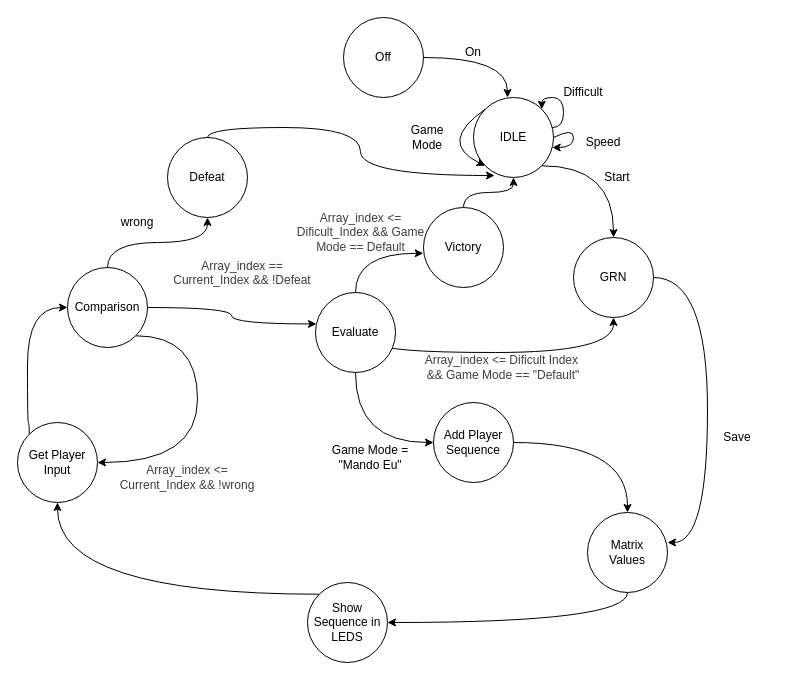
S4nt1ag0/Genius-PBL keeps this draw.io diagram as doc/fluxogram.drawio. Above is the earlier version. Source tidied: cells renumbered, new cells numbered last; positions are measured from the earlier drawing's top-left corner, leaving out a move shared by most shapes. Both pictures are drawn from the tidied source at 100%, with x=0, y=0 at pixel (17, 17).
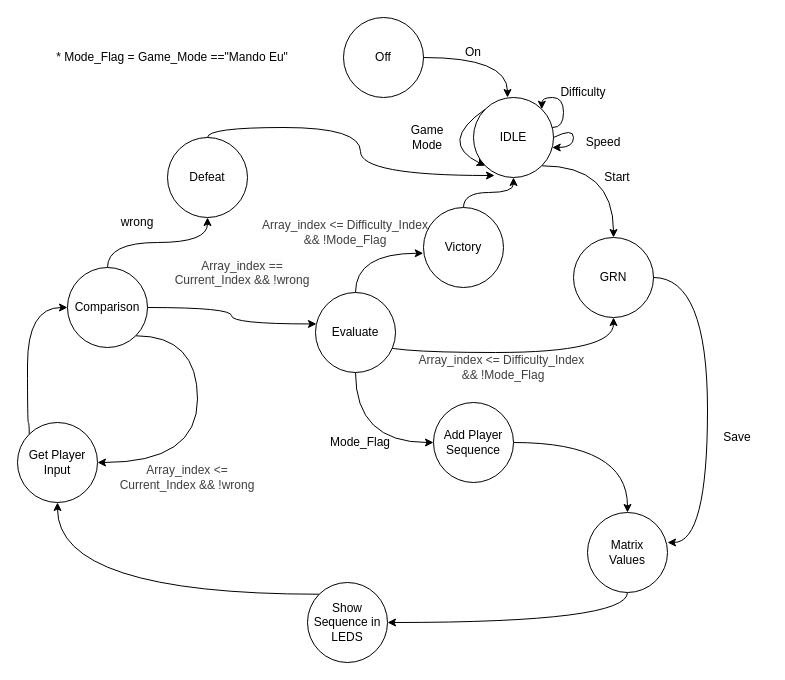
After the change.

Diff of the diagram source:
```diff
@@
-    <mxCell id="8" value="Difficult" style="text;strokeColor=none;align=center;fillColor=none;html=1;verticalAlign=middle;whiteSpace=wrap;rounded=0;" parent="1" vertex="1">
+    <mxCell id="8" value="Difficulty" style="text;strokeColor=none;align=center;fillColor=none;html=1;verticalAlign=middle;whiteSpace=wrap;rounded=0;" parent="1" vertex="1">
       <mxGeometry x="536" y="60" width="60" height="30" as="geometry" />
     </mxCell>
@@
-    <mxCell id="24" value="&lt;span style=&quot;color: rgb(63, 63, 63);&quot;&gt;Array_index &amp;lt;= Dificult Index&amp;nbsp;&lt;/span&gt;&lt;div&gt;&lt;span style=&quot;color: rgb(63, 63, 63);&quot;&gt;&amp;amp;&amp;amp; Game Mode == &quot;Default&quot;&lt;/span&gt;&lt;/div&gt;" style="text;strokeColor=none;align=center;fillColor=none;html=1;verticalAlign=middle;whiteSpace=wrap;rounded=0;" parent="1" vertex="1">
+    <mxCell id="24" value="&lt;span style=&quot;color: rgb(63, 63, 63);&quot;&gt;Array_index &amp;lt;= Difficulty_Index&amp;nbsp;&lt;/span&gt;&lt;div&gt;&lt;span style=&quot;color: rgb(63, 63, 63);&quot;&gt;&amp;amp;&amp;amp; !Mode_Flag&lt;/span&gt;&lt;/div&gt;" style="text;strokeColor=none;align=center;fillColor=none;html=1;verticalAlign=middle;whiteSpace=wrap;rounded=0;" parent="1" vertex="1">
       <mxGeometry x="396" y="335" width="180" height="30" as="geometry" />
     </mxCell>
@@
-    <mxCell id="32" value="Game Mode = &quot;Mando Eu&quot;" style="text;strokeColor=none;align=center;fillColor=none;html=1;verticalAlign=middle;whiteSpace=wrap;rounded=0;" parent="1" vertex="1">
-      <mxGeometry x="310" y="425" width="86" height="30" as="geometry" />
+    <mxCell id="32" value="Mode_Flag" style="text;strokeColor=none;align=center;fillColor=none;html=1;verticalAlign=middle;whiteSpace=wrap;rounded=0;" parent="1" vertex="1">
+      <mxGeometry x="300" y="410" width="86" height="30" as="geometry" />
     </mxCell>
@@
-    <mxCell id="40" value="&lt;span style=&quot;color: rgb(63, 63, 63);&quot;&gt;Array_index &amp;lt;= Dificult_Index &amp;amp;&amp;amp; Game Mode == Default&lt;/span&gt;" style="text;strokeColor=none;align=center;fillColor=none;html=1;verticalAlign=middle;whiteSpace=wrap;rounded=0;" parent="1" vertex="1">
-      <mxGeometry x="271" y="200" width="145" height="30" as="geometry" />
+    <mxCell id="40" value="&lt;span style=&quot;color: rgb(63, 63, 63);&quot;&gt;Array_index &amp;lt;= Difficulty_Index &amp;amp;&amp;amp; !Mode_Flag&lt;/span&gt;" style="text;strokeColor=none;align=center;fillColor=none;html=1;verticalAlign=middle;whiteSpace=wrap;rounded=0;" parent="1" vertex="1">
+      <mxGeometry x="240" y="200" width="176" height="30" as="geometry" />
     </mxCell>
-    <mxCell id="41" value="&lt;span style=&quot;color: rgb(63, 63, 63); font-family: Helvetica; font-size: 12px; font-style: normal; font-variant-ligatures: normal; font-variant-caps: normal; font-weight: 400; letter-spacing: normal; orphans: 2; text-indent: 0px; text-transform: none; widows: 2; word-spacing: 0px; -webkit-text-stroke-width: 0px; white-space: normal; background-color: rgb(251, 251, 251); text-decoration-thickness: initial; text-decoration-style: initial; text-decoration-color: initial; float: none; display: inline !important;&quot;&gt;Array_index == Current_Index &amp;amp;&amp;amp; !Defeat&lt;/span&gt;" style="text;whiteSpace=wrap;html=1;align=center;" parent="1" vertex="1">
+    <mxCell id="41" value="&lt;span style=&quot;color: rgb(63, 63, 63); font-family: Helvetica; font-size: 12px; font-style: normal; font-variant-ligatures: normal; font-variant-caps: normal; font-weight: 400; letter-spacing: normal; orphans: 2; text-indent: 0px; text-transform: none; widows: 2; word-spacing: 0px; -webkit-text-stroke-width: 0px; white-space: normal; background-color: rgb(251, 251, 251); text-decoration-thickness: initial; text-decoration-style: initial; text-decoration-color: initial; float: none; display: inline !important;&quot;&gt;Array_index == Current_Index &amp;amp;&amp;amp; !wrong&lt;/span&gt;" style="text;whiteSpace=wrap;html=1;align=center;" parent="1" vertex="1">
       <mxGeometry x="150" y="235" width="150" height="40" as="geometry" />
     </mxCell>
@@
+    <mxCell id="43" value="* Mode_Flag = Game_Mode ==&quot;Mando Eu&quot;" style="text;strokeColor=none;align=center;fillColor=none;html=1;verticalAlign=middle;whiteSpace=wrap;rounded=0;" parent="1" vertex="1">
+      <mxGeometry x="30" y="25" width="250" height="30" as="geometry" />
+    </mxCell>
```
